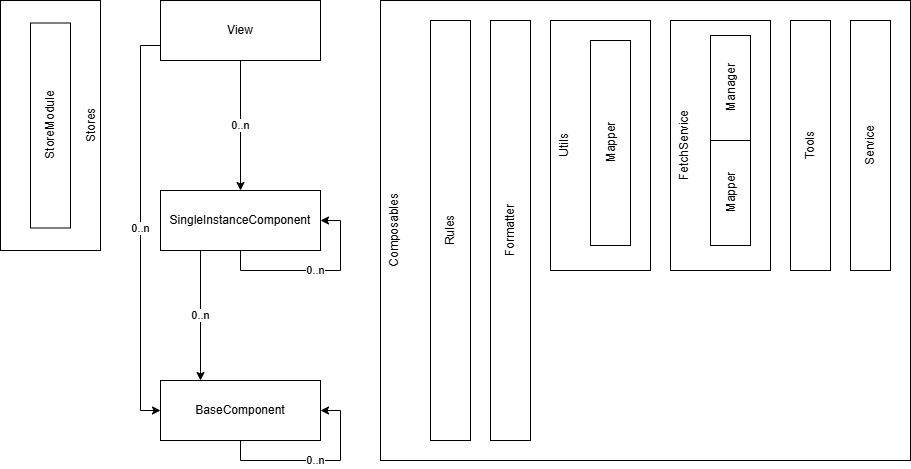
This is docs/src/public/newFrontendArchitecture.drawio.png from it-at-m/Wahllokalsystem, a draw.io export, as it was before one commit. Source tidied: cells renumbered, new cells last; positions are measured from the earlier drawing's top-left corner, leaving out a move shared by most shapes.
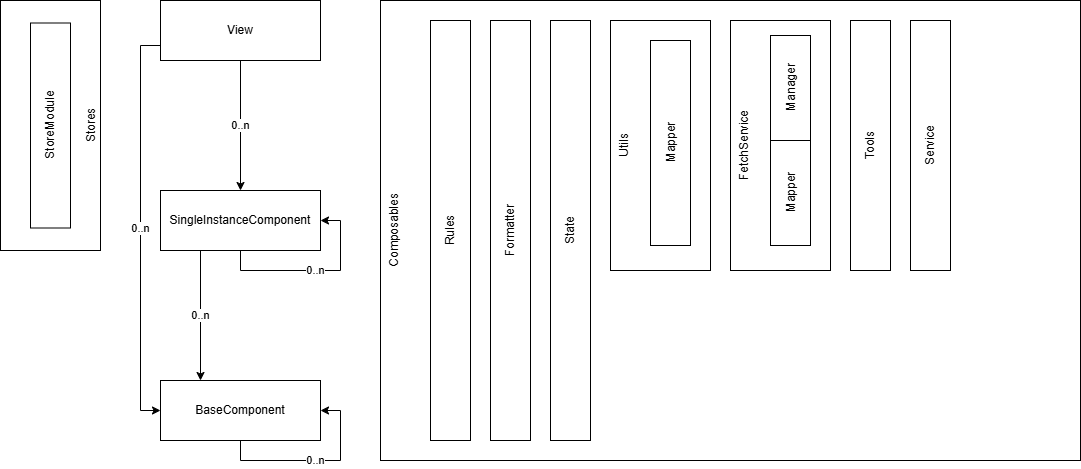
Above is the later version.

Commit message:
add state composable

Change to the diagram source:
```diff
@@ -18,7 +18,7 @@
       <mxGeometry relative="1" as="geometry" />
     </mxCell>
     <mxCell id="7" value="&lt;span style=&quot;text-align: left;&quot;&gt;Composables&lt;/span&gt;" style="rounded=0;whiteSpace=wrap;html=1;horizontal=0;align=center;verticalAlign=top;" parent="1" vertex="1">
-      <mxGeometry x="380" width="530" height="460" as="geometry" />
+      <mxGeometry x="380" width="700" height="460" as="geometry" />
     </mxCell>
     <mxCell id="8" value="Rules" style="rounded=0;whiteSpace=wrap;html=1;direction=west;align=center;verticalAlign=middle;horizontal=0;" parent="7" vertex="1">
       <mxGeometry x="50" y="20" width="40" height="420" as="geometry" />
@@ -27,16 +27,16 @@
       <mxGeometry x="110" y="20" width="40" height="420" as="geometry" />
     </mxCell>
     <mxCell id="10" value="Utils" style="rounded=0;whiteSpace=wrap;html=1;horizontal=0;align=center;verticalAlign=top;" parent="7" vertex="1">
-      <mxGeometry x="170" y="20" width="100" height="250" as="geometry" />
+      <mxGeometry x="230" y="20" width="100" height="250" as="geometry" />
     </mxCell>
     <mxCell id="11" value="Mapper" style="rounded=0;whiteSpace=wrap;html=1;direction=west;align=center;verticalAlign=middle;horizontal=0;" parent="10" vertex="1">
       <mxGeometry x="40" y="20" width="40" height="205" as="geometry" />
     </mxCell>
     <mxCell id="12" value="Tools" style="rounded=0;whiteSpace=wrap;html=1;direction=west;align=center;verticalAlign=middle;horizontal=0;" parent="7" vertex="1">
-      <mxGeometry x="410" y="20" width="40" height="250" as="geometry" />
+      <mxGeometry x="470" y="20" width="40" height="250" as="geometry" />
     </mxCell>
     <mxCell id="13" value="FetchService" style="rounded=0;whiteSpace=wrap;html=1;horizontal=0;align=center;verticalAlign=top;" parent="7" vertex="1">
-      <mxGeometry x="290" y="20" width="100" height="250" as="geometry" />
+      <mxGeometry x="350" y="20" width="100" height="250" as="geometry" />
     </mxCell>
     <mxCell id="14" value="Mapper" style="rounded=0;whiteSpace=wrap;html=1;direction=west;align=center;verticalAlign=middle;horizontal=0;" parent="13" vertex="1">
       <mxGeometry x="40" y="120" width="40" height="105" as="geometry" />
@@ -45,8 +45,11 @@
       <mxGeometry x="40" y="15" width="40" height="105" as="geometry" />
     </mxCell>
     <mxCell id="16" value="Service" style="rounded=0;whiteSpace=wrap;html=1;direction=west;align=center;verticalAlign=middle;horizontal=0;" parent="7" vertex="1">
-      <mxGeometry x="470" y="20" width="40" height="250" as="geometry" />
+      <mxGeometry x="530" y="20" width="40" height="250" as="geometry" />
     </mxCell>
+    <mxCell id="23" value="State" style="rounded=0;whiteSpace=wrap;html=1;direction=west;align=center;verticalAlign=middle;horizontal=0;" parent="7" vertex="1">
+      <mxGeometry x="170" y="20" width="40" height="420" as="geometry" />
+    </mxCell>
     <mxCell id="17" value="BaseComponent" style="rounded=0;whiteSpace=wrap;html=1;" parent="1" vertex="1">
       <mxGeometry x="160" y="380" width="160" height="60" as="geometry" />
     </mxCell>
```
